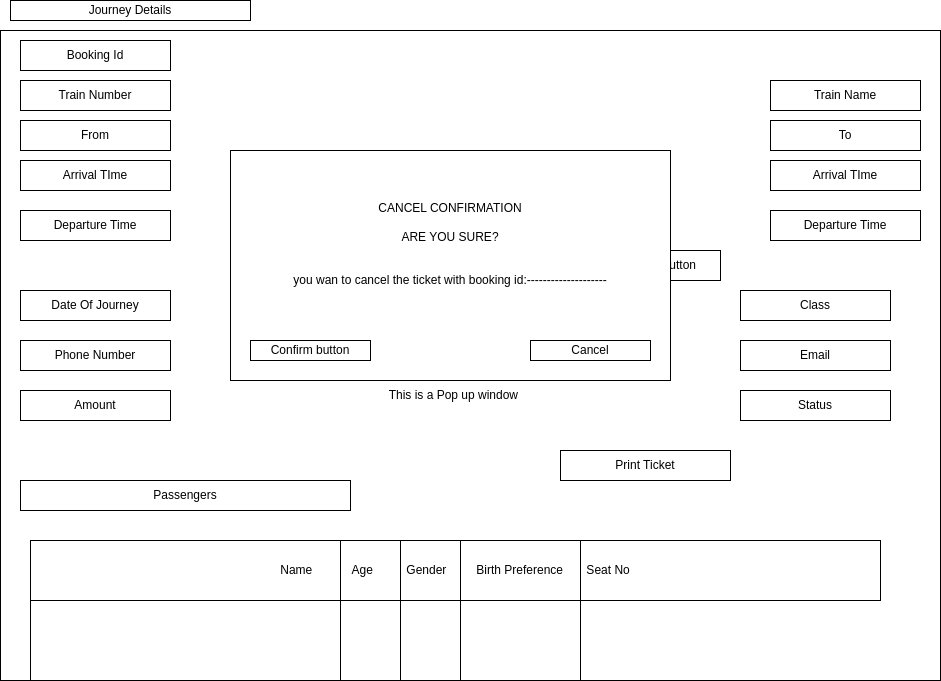
cdac-project-2025/project-diagrams keeps this draw.io diagram as TicketCancellation.drawio.png. Above is the earlier version. Source tidied: cells renumbered, new cells last; positions are measured from the earlier drawing's top-left corner, leaving out a move shared by most shapes. The source it was exported from:
```xml
<mxGraphModel>
  <root>
    <mxCell id="0" />
    <mxCell id="1" parent="0" />
    <mxCell id="2" style="rounded=0;whiteSpace=wrap;html=1;" parent="1" vertex="1">
      <mxGeometry y="30" width="940" height="650" as="geometry" />
    </mxCell>
    <mxCell id="3" value="Journey Details" style="rounded=0;whiteSpace=wrap;html=1;" parent="1" vertex="1">
      <mxGeometry x="10" width="240" height="20" as="geometry" />
    </mxCell>
    <mxCell id="4" value="Booking Id" style="rounded=0;whiteSpace=wrap;html=1;" parent="1" vertex="1">
      <mxGeometry x="20" y="40" width="150" height="30" as="geometry" />
    </mxCell>
    <mxCell id="5" value="Train Number" style="rounded=0;whiteSpace=wrap;html=1;" parent="1" vertex="1">
      <mxGeometry x="20" y="80" width="150" height="30" as="geometry" />
    </mxCell>
    <mxCell id="6" value="From&lt;span style=&quot;color: rgba(0, 0, 0, 0); font-family: monospace; font-size: 0px; text-align: start; text-wrap: nowrap;&quot;&gt;%3CmxGraphModel%3E%3Croot%3E%3CmxCell%20id%3D%220%22%2F%3E%3CmxCell%20id%3D%221%22%20parent%3D%220%22%2F%3E%3CmxCell%20id%3D%222%22%20value%3D%22Train%20Number%22%20style%3D%22rounded%3D0%3BwhiteSpace%3Dwrap%3Bhtml%3D1%3B%22%20vertex%3D%221%22%20parent%3D%221%22%3E%3CmxGeometry%20x%3D%2250%22%20y%3D%2290%22%20width%3D%22150%22%20height%3D%2230%22%20as%3D%22geometry%22%2F%3E%3C%2FmxCell%3E%3C%2Froot%3E%3C%2FmxGraphModel%3E&lt;/span&gt;" style="rounded=0;whiteSpace=wrap;html=1;" parent="1" vertex="1">
      <mxGeometry x="20" y="120" width="150" height="30" as="geometry" />
    </mxCell>
    <mxCell id="7" value="Arrival TIme" style="rounded=0;whiteSpace=wrap;html=1;" parent="1" vertex="1">
      <mxGeometry x="20" y="160" width="150" height="30" as="geometry" />
    </mxCell>
    <mxCell id="8" value="Departure Time" style="rounded=0;whiteSpace=wrap;html=1;" parent="1" vertex="1">
      <mxGeometry x="20" y="210" width="150" height="30" as="geometry" />
    </mxCell>
    <mxCell id="9" value="Date Of Journey" style="rounded=0;whiteSpace=wrap;html=1;" parent="1" vertex="1">
      <mxGeometry x="20" y="290" width="150" height="30" as="geometry" />
    </mxCell>
    <mxCell id="10" value="Phone Number" style="rounded=0;whiteSpace=wrap;html=1;" parent="1" vertex="1">
      <mxGeometry x="20" y="340" width="150" height="30" as="geometry" />
    </mxCell>
    <mxCell id="11" value="Amount" style="rounded=0;whiteSpace=wrap;html=1;" parent="1" vertex="1">
      <mxGeometry x="20" y="390" width="150" height="30" as="geometry" />
    </mxCell>
    <mxCell id="12" value="Passengers" style="rounded=0;whiteSpace=wrap;html=1;" parent="1" vertex="1">
      <mxGeometry x="20" y="480" width="330" height="30" as="geometry" />
    </mxCell>
    <mxCell id="13" value="Name&amp;nbsp; &amp;nbsp; &amp;nbsp; &amp;nbsp; &amp;nbsp; &amp;nbsp; Age&amp;nbsp; &amp;nbsp; &amp;nbsp; &amp;nbsp; &amp;nbsp; Gender&amp;nbsp; &amp;nbsp; &amp;nbsp; &amp;nbsp; &amp;nbsp;Birth Preference&amp;nbsp; &amp;nbsp; &amp;nbsp; &amp;nbsp;Seat No" style="rounded=0;whiteSpace=wrap;html=1;" parent="1" vertex="1">
      <mxGeometry x="30" y="540" width="850" height="60" as="geometry" />
    </mxCell>
    <mxCell id="14" style="shape=partialRectangle;whiteSpace=wrap;html=1;top=0;bottom=0;fillColor=none;" parent="1" vertex="1">
      <mxGeometry x="30" y="540" width="310" height="140" as="geometry" />
    </mxCell>
    <mxCell id="15" style="shape=partialRectangle;whiteSpace=wrap;html=1;top=0;bottom=0;fillColor=none;" parent="1" vertex="1">
      <mxGeometry x="340" y="540" width="60" height="140" as="geometry" />
    </mxCell>
    <mxCell id="16" style="shape=partialRectangle;whiteSpace=wrap;html=1;top=0;bottom=0;fillColor=none;" parent="1" vertex="1">
      <mxGeometry x="400" y="540" width="60" height="140" as="geometry" />
    </mxCell>
    <mxCell id="17" style="shape=partialRectangle;whiteSpace=wrap;html=1;top=0;bottom=0;fillColor=none;" parent="1" vertex="1">
      <mxGeometry x="460" y="540" width="120" height="140" as="geometry" />
    </mxCell>
    <mxCell id="18" style="shape=partialRectangle;whiteSpace=wrap;html=1;top=0;bottom=0;fillColor=none;" parent="1" vertex="1">
      <mxGeometry x="580" y="540" width="360" height="140" as="geometry" />
    </mxCell>
    <mxCell id="19" value="Train Name" style="rounded=0;whiteSpace=wrap;html=1;" parent="1" vertex="1">
      <mxGeometry x="770" y="80" width="150" height="30" as="geometry" />
    </mxCell>
    <mxCell id="20" value="To" style="rounded=0;whiteSpace=wrap;html=1;" parent="1" vertex="1">
      <mxGeometry x="770" y="120" width="150" height="30" as="geometry" />
    </mxCell>
    <mxCell id="21" value="Arrival TIme" style="rounded=0;whiteSpace=wrap;html=1;" parent="1" vertex="1">
      <mxGeometry x="770" y="160" width="150" height="30" as="geometry" />
    </mxCell>
    <mxCell id="22" value="Departure Time" style="rounded=0;whiteSpace=wrap;html=1;" parent="1" vertex="1">
      <mxGeometry x="770" y="210" width="150" height="30" as="geometry" />
    </mxCell>
    <mxCell id="23" value="Class" style="rounded=0;whiteSpace=wrap;html=1;" parent="1" vertex="1">
      <mxGeometry x="740" y="290" width="150" height="30" as="geometry" />
    </mxCell>
    <mxCell id="24" value="Email" style="rounded=0;whiteSpace=wrap;html=1;" parent="1" vertex="1">
      <mxGeometry x="740" y="340" width="150" height="30" as="geometry" />
    </mxCell>
    <mxCell id="25" value="Status" style="rounded=0;whiteSpace=wrap;html=1;" parent="1" vertex="1">
      <mxGeometry x="740" y="390" width="150" height="30" as="geometry" />
    </mxCell>
    <mxCell id="26" value="Cancel Booking Button" style="rounded=0;whiteSpace=wrap;html=1;" parent="1" vertex="1">
      <mxGeometry x="550" y="250" width="170" height="30" as="geometry" />
    </mxCell>
    <mxCell id="27" value="Print Ticket" style="rounded=0;whiteSpace=wrap;html=1;" parent="1" vertex="1">
      <mxGeometry x="560" y="450" width="170" height="30" as="geometry" />
    </mxCell>
    <mxCell id="28" value="CANCEL CONFIRMATION&lt;div&gt;&lt;br&gt;&lt;/div&gt;&lt;div&gt;ARE YOU SURE?&lt;/div&gt;&lt;div&gt;&lt;br&gt;&lt;/div&gt;&lt;div&gt;&lt;br&gt;&lt;/div&gt;&lt;div&gt;you wan to cancel the ticket with booking id:--------------------&lt;/div&gt;&lt;div&gt;&lt;br&gt;&lt;/div&gt;&lt;div&gt;&lt;br&gt;&lt;/div&gt;&lt;div&gt;&lt;br&gt;&lt;/div&gt;" style="rounded=0;whiteSpace=wrap;html=1;" parent="1" vertex="1">
      <mxGeometry x="230" y="150" width="440" height="230" as="geometry" />
    </mxCell>
    <mxCell id="29" value="Confirm button" style="rounded=0;whiteSpace=wrap;html=1;" parent="1" vertex="1">
      <mxGeometry x="250" y="340" width="120" height="20" as="geometry" />
    </mxCell>
    <mxCell id="30" value="Cancel" style="rounded=0;whiteSpace=wrap;html=1;" parent="1" vertex="1">
      <mxGeometry x="530" y="340" width="120" height="20" as="geometry" />
    </mxCell>
    <mxCell id="31" value="This is a Pop up window&amp;nbsp;" style="text;html=1;align=center;verticalAlign=middle;whiteSpace=wrap;rounded=0;" parent="1" vertex="1">
      <mxGeometry x="380" y="380" width="150" height="30" as="geometry" />
    </mxCell>
  </root>
</mxGraphModel>
```
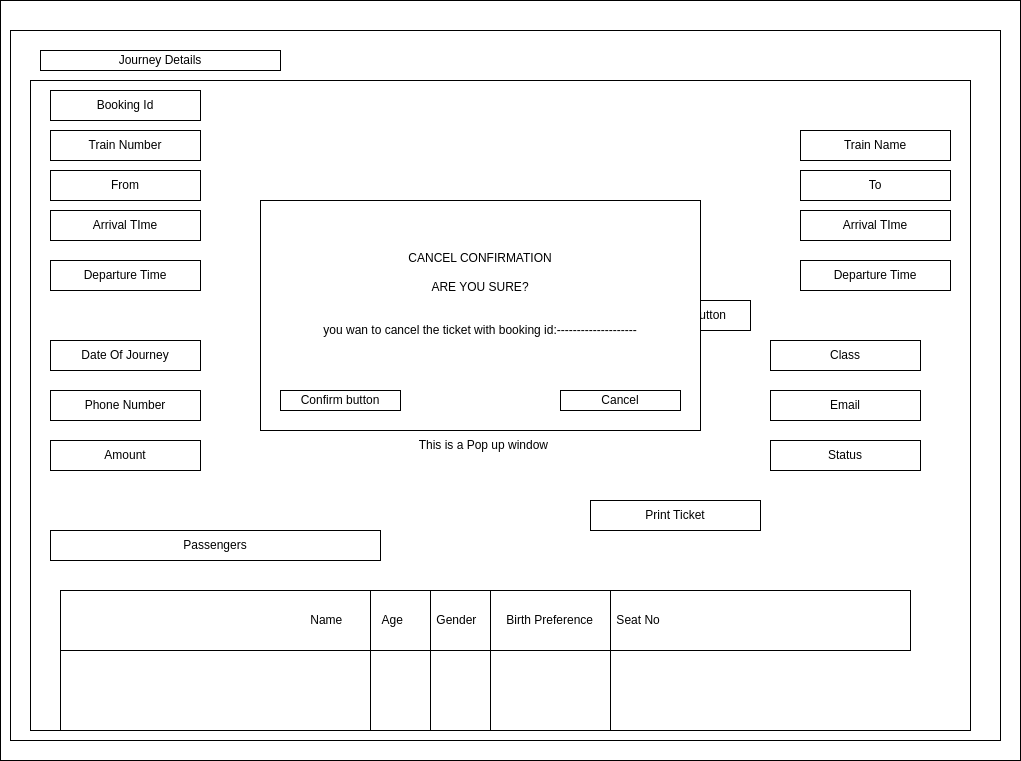
The same diagram one commit later.

Diff of the diagram source:
```diff
@@ -2,6 +2,12 @@
   <root>
     <mxCell id="0" />
     <mxCell id="1" parent="0" />
+    <mxCell id="32" style="rounded=0;whiteSpace=wrap;html=1;" parent="1" vertex="1">
+      <mxGeometry x="-30" y="-50" width="1020" height="760" as="geometry" />
+    </mxCell>
+    <mxCell id="33" style="rounded=0;whiteSpace=wrap;html=1;" parent="1" vertex="1">
+      <mxGeometry x="-20" y="-20" width="990" height="710" as="geometry" />
+    </mxCell>
     <mxCell id="2" style="rounded=0;whiteSpace=wrap;html=1;" parent="1" vertex="1">
       <mxGeometry y="30" width="940" height="650" as="geometry" />
     </mxCell>
```
